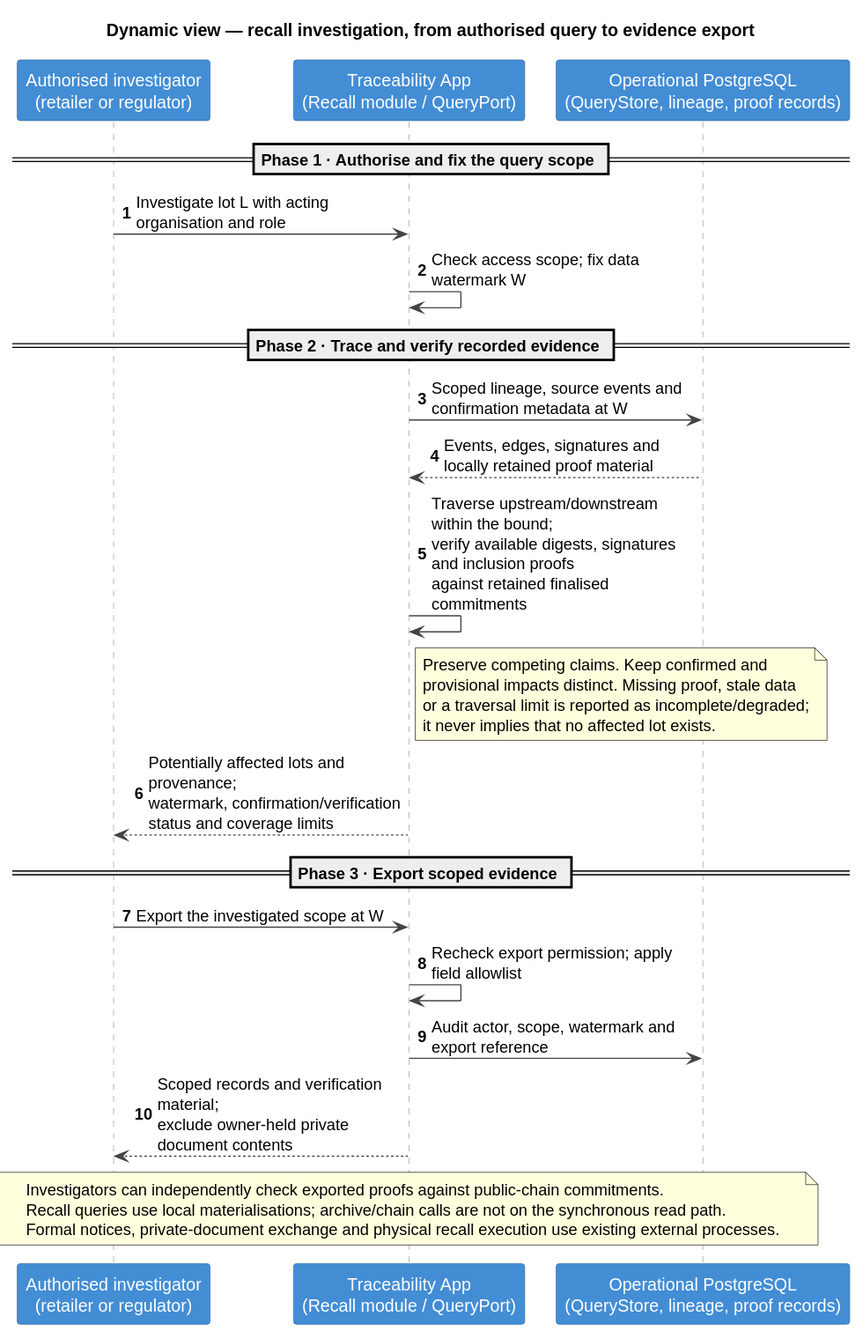
The PlantUML diagram docs/public/diagrams/c4-dynamic-recall.svg in kuangshen04/48433assignment, before a commit. Its diagram source:
```plantuml
@startuml
!include ../vendor/style.puml

title Dynamic view — recall investigation, from authorised query to evidence export

autonumber
skinparam sequenceMessageAlign left
skinparam maxMessageSize 210
skinparam BoxPadding 8
skinparam participant {
  BackgroundColor #438DD5
  FontColor #FFFFFF
  BorderColor #2E6DA4
}
skinparam sequence {
  ArrowColor #444444
  LifeLineBorderColor #999999
  GroupBorderColor #999999
  GroupHeaderFontColor #444444
}

participant "Authorised investigator\n(retailer or regulator)" as officer
participant "Traceability App\n(Recall module / QueryPort)" as app
participant "Operational PostgreSQL\n(QueryStore, lineage, proof records)" as db

== Phase 1 · Authorise and fix the query scope ==
officer -> app: Investigate lot L with acting organisation and role
app -> app: Check access scope; fix data watermark W

== Phase 2 · Trace and verify recorded evidence ==
app -> db: Scoped lineage, source events and confirmation metadata at W
db --> app: Events, edges, signatures and locally retained proof material
app -> app: Traverse upstream/downstream within the bound;\nverify available digests, signatures and inclusion proofs\nagainst retained finalised commitments
note right of app: Preserve competing claims. Keep confirmed and\nprovisional impacts distinct. Missing proof, stale data\nor a traversal limit is reported as incomplete/degraded;\nit never implies that no affected lot exists.
app --> officer: Potentially affected lots and provenance;\nwatermark, confirmation/verification status and coverage limits

== Phase 3 · Export scoped evidence ==
officer -> app: Export the investigated scope at W
app -> app: Recheck export permission; apply field allowlist
app -> db: Audit actor, scope, watermark and export reference
app --> officer: Scoped records and verification material;\nexclude owner-held private document contents

note over officer, db: Investigators can independently check exported proofs against public-chain commitments.\nRecall queries use local materialisations; archive/chain calls are not on the synchronous read path.\nFormal notices, private-document exchange and physical recall execution use existing external processes.
@enduml
```
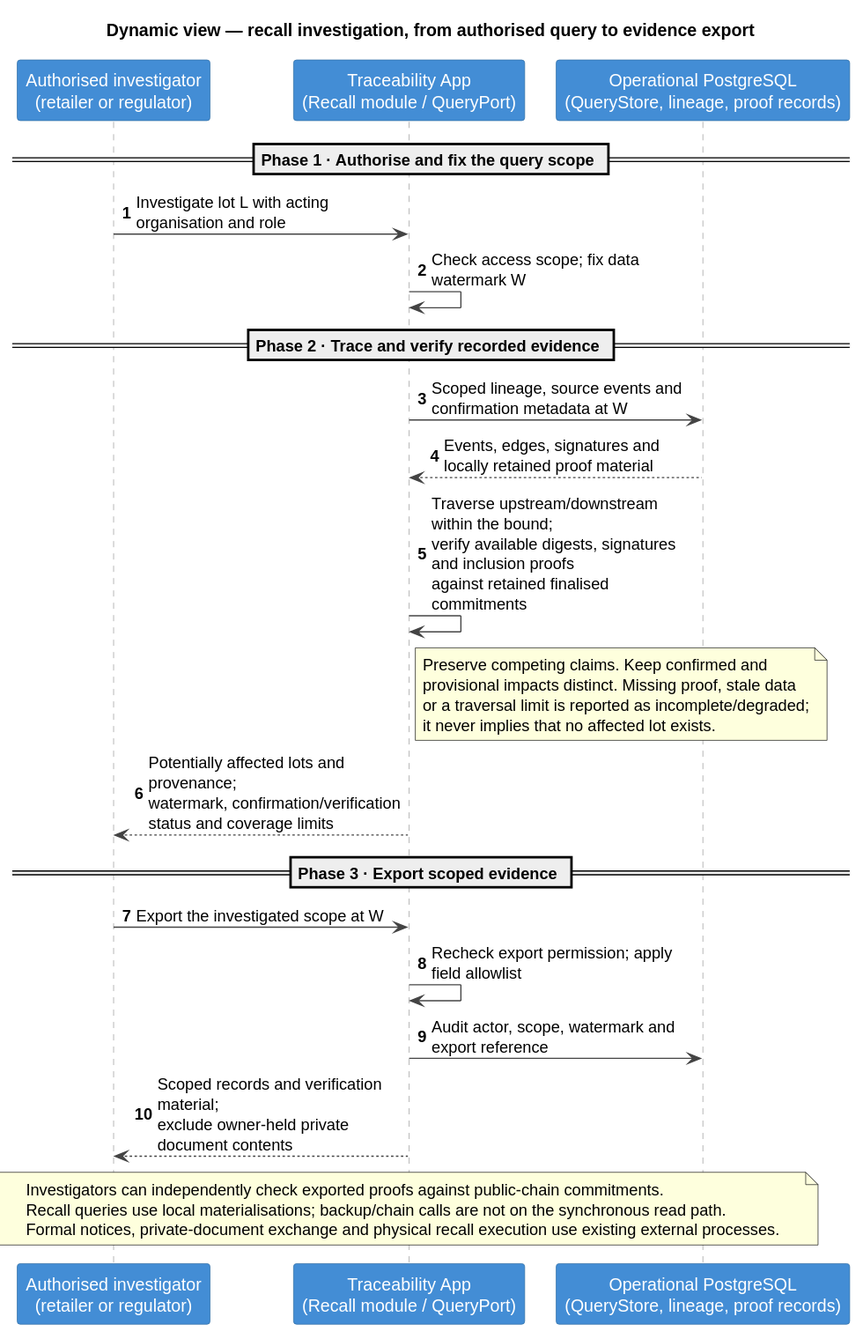
The same file after the commit.

Diff of the diagram source:
```diff
@@ -40,5 +40,5 @@
 app -> db: Audit actor, scope, watermark and export reference
 app --> officer: Scoped records and verification material;\nexclude owner-held private document contents
 
-note over officer, db: Investigators can independently check exported proofs against public-chain commitments.\nRecall queries use local materialisations; archive/chain calls are not on the synchronous read path.\nFormal notices, private-document exchange and physical recall execution use existing external processes.
+note over officer, db: Investigators can independently check exported proofs against public-chain commitments.\nRecall queries use local materialisations; backup/chain calls are not on the synchronous read path.\nFormal notices, private-document exchange and physical recall execution use existing external processes.
 @enduml
```
